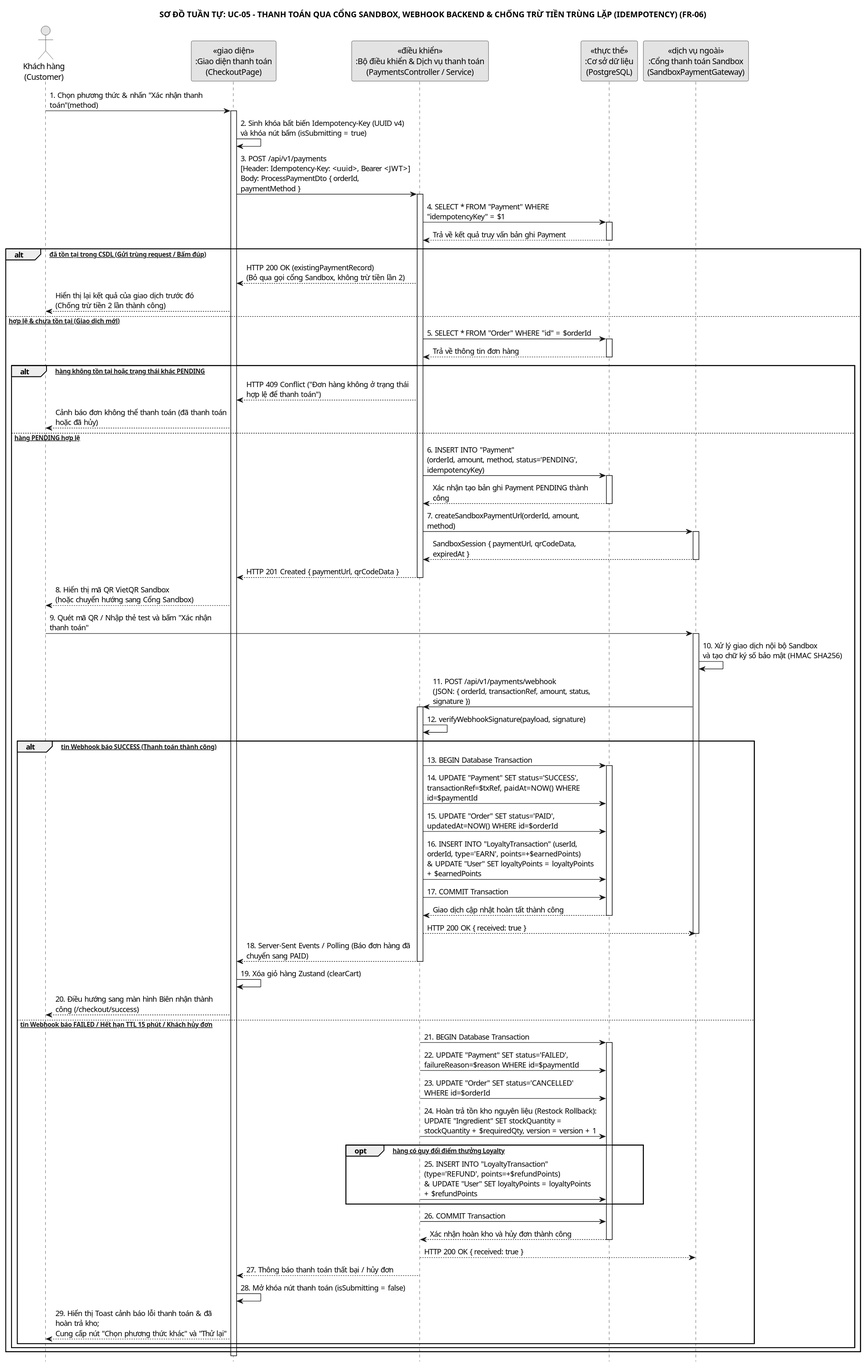
Earlier version of the PlantUML export docs/diagrams/sequence-05-payment.svg (SamuiSang/brewlite2).
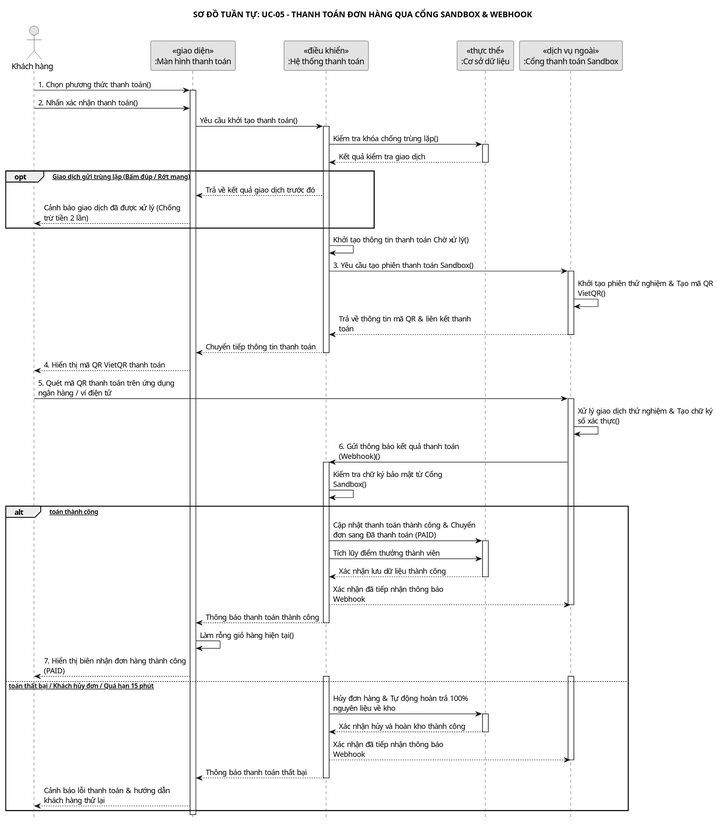
Above is the later version.

The edit, as a diff of the source:
```diff
@@ -7,115 +7,88 @@
 hide footbox
 skinparam sequenceMessageAlign left
 skinparam responseMessageBelowArrow true
-skinparam maxMessageSize 300
+skinparam maxMessageSize 250
 
-title SƠ ĐỒ TUẦN TỰ: UC-05 - THANH TOÁN QUA CỔNG SANDBOX, WEBHOOK BACKEND & CHỐNG TRỪ TIỀN TRÙNG LẶP (IDEMPOTENCY) (FR-06)
+title SƠ ĐỒ TUẦN TỰ: UC-05 - THANH TOÁN ĐƠN HÀNG QUA CỔNG SANDBOX & WEBHOOK
 
-actor "Khách hàng\n(Customer)" as Customer
-participant "«giao diện»\n:Giao diện thanh toán\n(CheckoutPage)" as CheckoutPage
-participant "«điều khiển»\n:Bộ điều khiển & Dịch vụ thanh toán\n(PaymentsController / Service)" as API
-participant "«thực thể»\n:Cơ sở dữ liệu\n(PostgreSQL)" as DB
-participant "«dịch vụ ngoài»\n:Cổng thanh toán Sandbox\n(SandboxPaymentGateway)" as Gateway
+actor "Khách hàng" as Customer
+participant "«giao diện»\n:Màn hình thanh toán" as UI
+participant "«điều khiển»\n:Hệ thống thanh toán" as Service
+participant "«thực thể»\n:Cơ sở dữ liệu" as DB
+participant "«dịch vụ ngoài»\n:Cổng thanh toán Sandbox" as Gateway
 
-Customer -> CheckoutPage: 1. Chọn phương thức & nhấn "Xác nhận thanh toán"(method)
-activate CheckoutPage
+Customer -> UI: 1. Chọn phương thức thanh toán()
+activate UI
 
-CheckoutPage -> CheckoutPage: 2. Sinh khóa bất biến Idempotency-Key (UUID v4)\nvà khóa nút bấm (isSubmitting = true)
+Customer -> UI: 2. Nhấn xác nhận thanh toán()
+UI -> Service: Yêu cầu khởi tạo thanh toán()
+activate Service
 
-CheckoutPage -> API: 3. POST /api/v1/payments\n[Header: Idempotency-Key: <uuid>, Bearer <JWT>]\nBody: ProcessPaymentDto { orderId, paymentMethod }
-activate API
-
-API -> DB: 4. SELECT * FROM "Payment" WHERE "idempotencyKey" = $1
+Service -> DB: Kiểm tra khóa chống trùng lặp()
 activate DB
-DB --> API: Trả về kết quả truy vấn bản ghi Payment
+DB --> Service: Kết quả kiểm tra giao dịch
 deactivate DB
 
-alt [Idempotency-Key đã tồn tại trong CSDL (Gửi trùng request / Bấm đúp)]
-    API --> CheckoutPage: HTTP 200 OK (existingPaymentRecord)\n(Bỏ qua gọi cổng Sandbox, không trừ tiền lần 2)
-    CheckoutPage --> Customer: Hiển thị lại kết quả của giao dịch trước đó\n(Chống trừ tiền 2 lần thành công)
-else [Idempotency-Key hợp lệ & chưa tồn tại (Giao dịch mới)]
-    API -> DB: 5. SELECT * FROM "Order" WHERE "id" = $orderId
+opt [2a: Giao dịch gửi trùng lặp (Bấm đúp / Rớt mạng)]
+    Service --> UI: Trả về kết quả giao dịch trước đó
+    UI --> Customer: Cảnh báo giao dịch đã được xử lý (Chống trừ tiền 2 lần)
+end
+
+Service -> Service: Khởi tạo thông tin thanh toán Chờ xử lý()
+
+Service -> Gateway: 3. Yêu cầu tạo phiên thanh toán Sandbox()
+activate Gateway
+
+Gateway -> Gateway: Khởi tạo phiên thử nghiệm & Tạo mã QR VietQR()
+Gateway --> Service: Trả về thông tin mã QR & liên kết thanh toán
+deactivate Gateway
+
+Service --> UI: Chuyển tiếp thông tin thanh toán
+deactivate Service
+
+UI --> Customer: 4. Hiển thị mã QR VietQR thanh toán
+
+Customer -> Gateway: 5. Quét mã QR thanh toán trên ứng dụng ngân hàng / ví điện tử
+activate Gateway
+
+Gateway -> Gateway: Xử lý giao dịch thử nghiệm & Tạo chữ ký số xác thực()
+Gateway -> Service: 6. Gửi thông báo kết quả thanh toán (Webhook)()
+activate Service
+
+Service -> Service: Kiểm tra chữ ký bảo mật từ Cổng Sandbox()
+
+alt [Thanh toán thành công]
+    Service -> DB: Cập nhật thanh toán thành công & Chuyển đơn sang Đã thanh toán (PAID)
     activate DB
-    DB --> API: Trả về thông tin đơn hàng
+    Service -> DB: Tích lũy điểm thưởng thành viên
+    DB --> Service: Xác nhận lưu dữ liệu thành công
     deactivate DB
 
-    alt [Đơn hàng không tồn tại hoặc trạng thái khác PENDING]
-        API --> CheckoutPage: HTTP 409 Conflict ("Đơn hàng không ở trạng thái hợp lệ để thanh toán")
-        CheckoutPage --> Customer: Cảnh báo đơn không thể thanh toán (đã thanh toán hoặc đã hủy)
-    else [Đơn hàng PENDING hợp lệ]
-        API -> DB: 6. INSERT INTO "Payment"\n(orderId, amount, method, status='PENDING', idempotencyKey)
-        activate DB
-        DB --> API: Xác nhận tạo bản ghi Payment PENDING thành công
-        deactivate DB
+    Service --> Gateway: Xác nhận đã tiếp nhận thông báo Webhook
+    deactivate Gateway
 
-        API -> Gateway: 7. createSandboxPaymentUrl(orderId, amount, method)
-        activate Gateway
-        Gateway --> API: SandboxSession { paymentUrl, qrCodeData, expiredAt }
-        deactivate Gateway
+    Service --> UI: Thông báo thanh toán thành công
+    deactivate Service
 
-        API --> CheckoutPage: HTTP 201 Created { paymentUrl, qrCodeData }
-        deactivate API
+    UI -> UI: Làm rỗng giỏ hàng hiện tại()
+    UI --> Customer: 7. Hiển thị biên nhận đơn hàng thành công (PAID)
 
-        CheckoutPage --> Customer: 8. Hiển thị mã QR VietQR Sandbox\n(hoặc chuyển hướng sang Cổng Sandbox)
+else [Thanh toán thất bại / Khách hủy đơn / Quá hạn 15 phút]
+    activate Service
+    activate Gateway
+    Service -> DB: Hủy đơn hàng & Tự động hoàn trả 100% nguyên liệu về kho
+    activate DB
+    DB --> Service: Xác nhận hủy và hoàn kho thành công
+    deactivate DB
 
-        Customer -> Gateway: 9. Quét mã QR / Nhập thẻ test và bấm "Xác nhận thanh toán"
-        activate Gateway
+    Service --> Gateway: Xác nhận đã tiếp nhận thông báo Webhook
+    deactivate Gateway
 
-        Gateway -> Gateway: 10. Xử lý giao dịch nội bộ Sandbox\nvà tạo chữ ký số bảo mật (HMAC SHA256)
+    Service --> UI: Thông báo thanh toán thất bại
+    deactivate Service
 
-        Gateway -> API: 11. POST /api/v1/payments/webhook\n(JSON: { orderId, transactionRef, amount, status, signature })
-        activate API
-
-        API -> API: 12. verifyWebhookSignature(payload, signature)
-
-        alt [Bản tin Webhook báo SUCCESS (Thanh toán thành công)]
-            API -> DB: 13. BEGIN Database Transaction
-            activate DB
-
-            API -> DB: 14. UPDATE "Payment" SET status='SUCCESS', transactionRef=$txRef, paidAt=NOW() WHERE id=$paymentId
-            API -> DB: 15. UPDATE "Order" SET status='PAID', updatedAt=NOW() WHERE id=$orderId
-            API -> DB: 16. INSERT INTO "LoyaltyTransaction" (userId, orderId, type='EARN', points=+$earnedPoints)\n& UPDATE "User" SET loyaltyPoints = loyaltyPoints + $earnedPoints
-
-            API -> DB: 17. COMMIT Transaction
-            DB --> API: Giao dịch cập nhật hoàn tất thành công
-            deactivate DB
-
-            API --> Gateway: HTTP 200 OK { received: true }
-            deactivate Gateway
-
-            API --> CheckoutPage: 18. Server-Sent Events / Polling (Báo đơn hàng đã chuyển sang PAID)
-            deactivate API
-
-            CheckoutPage -> CheckoutPage: 19. Xóa giỏ hàng Zustand (clearCart)
-            CheckoutPage --> Customer: 20. Điều hướng sang màn hình Biên nhận thành công (/checkout/success)
-
-        else [Bản tin Webhook báo FAILED / Hết hạn TTL 15 phút / Khách hủy đơn]
-            API -> DB: 21. BEGIN Database Transaction
-            activate DB
-
-            API -> DB: 22. UPDATE "Payment" SET status='FAILED', failureReason=$reason WHERE id=$paymentId
-            API -> DB: 23. UPDATE "Order" SET status='CANCELLED' WHERE id=$orderId
-            API -> DB: 24. Hoàn trả tồn kho nguyên liệu (Restock Rollback):\nUPDATE "Ingredient" SET stockQuantity = stockQuantity + $requiredQty, version = version + 1
-
-            opt [Đơn hàng có quy đổi điểm thưởng Loyalty]
-                API -> DB: 25. INSERT INTO "LoyaltyTransaction" (type='REFUND', points=+$refundPoints)\n& UPDATE "User" SET loyaltyPoints = loyaltyPoints + $refundPoints
-            end
-
-            API -> DB: 26. COMMIT Transaction
-            DB --> API: Xác nhận hoàn kho và hủy đơn thành công
-            deactivate DB
-
-            API --> Gateway: HTTP 200 OK { received: true }
-            deactivate Gateway
-
-            API --> CheckoutPage: 27. Thông báo thanh toán thất bại / hủy đơn
-            deactivate API
-
-            CheckoutPage -> CheckoutPage: 28. Mở khóa nút thanh toán (isSubmitting = false)
-            CheckoutPage --> Customer: 29. Hiển thị Toast cảnh báo lỗi thanh toán & đã hoàn trả kho;\nCung cấp nút "Chọn phương thức khác" và "Thử lại"
-        end
-    end
+    UI --> Customer: Cảnh báo lỗi thanh toán & hướng dẫn khách hàng thử lại
 end
 
-deactivate CheckoutPage
+deactivate UI
 @enduml
```
